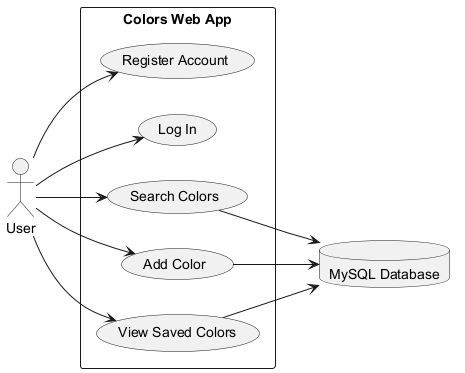
This is docs/uml/usecase.png from dangdatbrandon/LAMP-Practice, a PlantUML export, as it was before one commit. Its source is kept beside it as docs/uml/usecase.puml.
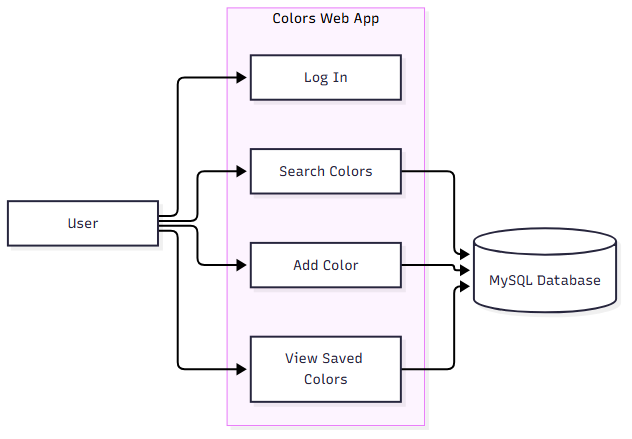
Later version of the same file.

The edit, as a diff of the source:
```diff
@@ -7,14 +7,12 @@
 database "MySQL Database" as DB
 
 rectangle "Colors Web App" {
-  usecase "Register Account" as UC1
   usecase "Log In" as UC2
   usecase "Search Colors" as UC3
   usecase "Add Color" as UC4
   usecase "View Saved Colors" as UC5
 }
 
-User --> UC1
 User --> UC2
 User --> UC3
 User --> UC4
```
